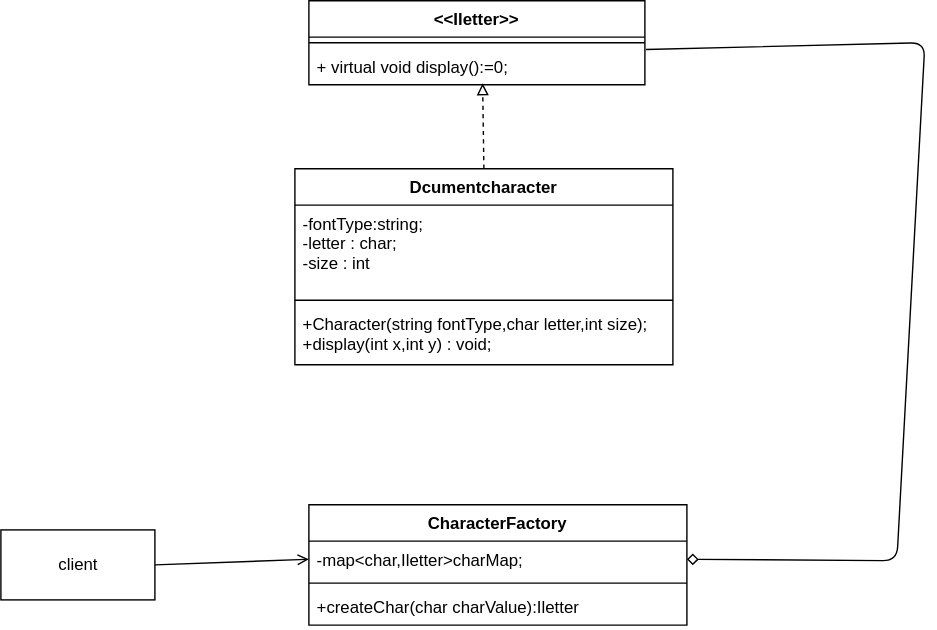
Before: LLD/structural/flyweight/flyweight-uml.drawio.svg, a diagram exported from draw.io (Palritika1107/lld-oops-dump). Source tidied: cells renumbered, new cells last; positions are measured from the earlier drawing's top-left corner, leaving out a move shared by most shapes.
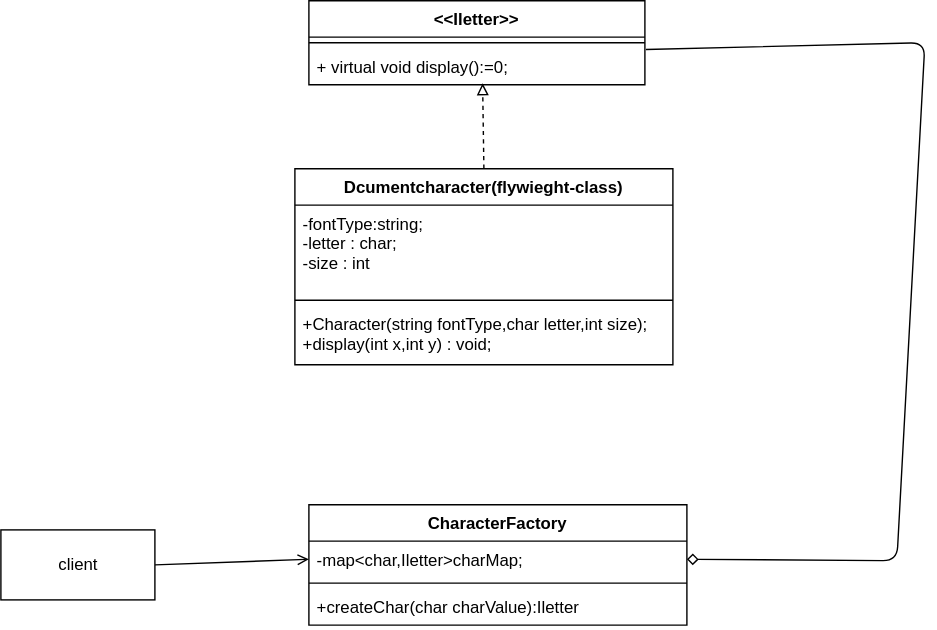
After the change.

Commit message:
ms-word-uml added

Change to the diagram source:
```diff
@@ -14,7 +14,7 @@
     <mxCell id="5" style="edgeStyle=none;html=1;exitX=0.5;exitY=0;exitDx=0;exitDy=0;entryX=0.517;entryY=0.962;entryDx=0;entryDy=0;entryPerimeter=0;dashed=1;endArrow=block;endFill=0;" parent="1" edge="1" source="6" target="4">
       <mxGeometry relative="1" as="geometry" />
     </mxCell>
-    <mxCell id="6" value="Dcumentcharacter" style="swimlane;fontStyle=1;align=center;verticalAlign=top;horizontal=1;startSize=26;" parent="1" vertex="1">
+    <mxCell id="6" value="Dcumentcharacter(flywieght-class)&#10;" style="swimlane;fontStyle=1;align=center;verticalAlign=top;horizontal=1;startSize=26;" parent="1" vertex="1">
       <mxGeometry x="210" y="120" width="270" height="140" as="geometry" />
     </mxCell>
     <mxCell id="7" value="-fontType:string;&#10;-letter : char;&#10;-size : int" style="text;strokeColor=none;fillColor=none;align=left;verticalAlign=top;spacingLeft=4;spacingRight=4;overflow=hidden;" parent="6" vertex="1">
```
